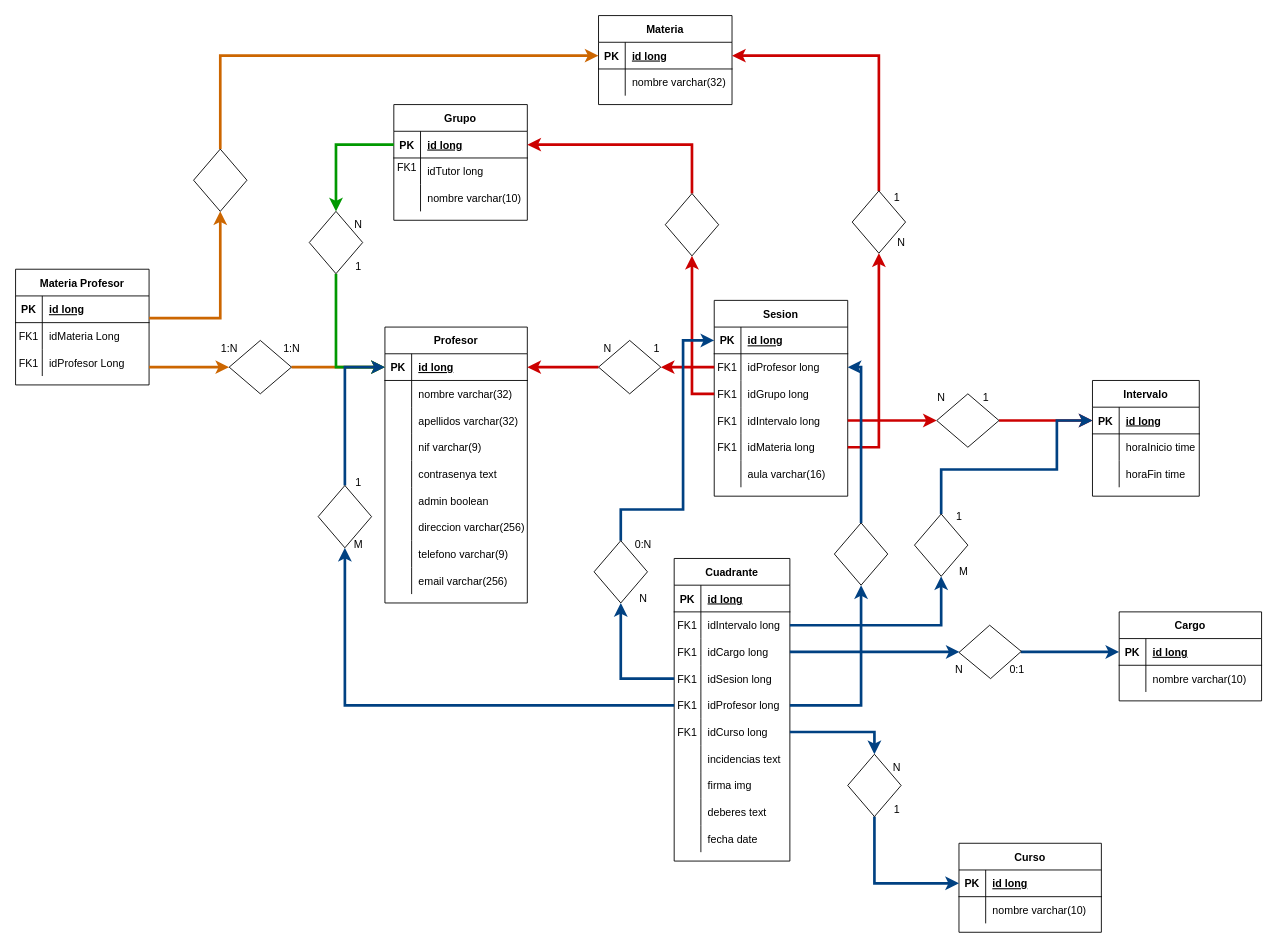
Before: bbdd.drawio in daviddoichita/ProyectoDAW-DavidD-Cesar-Carlos, a draw.io diagram. Source tidied: cells renumbered, new cells numbered last; positions are measured from the earlier drawing's top-left corner, leaving out a move shared by most shapes. Both pictures are drawn from the tidied source at 89%, with x=0, y=0 at pixel (15, 15).
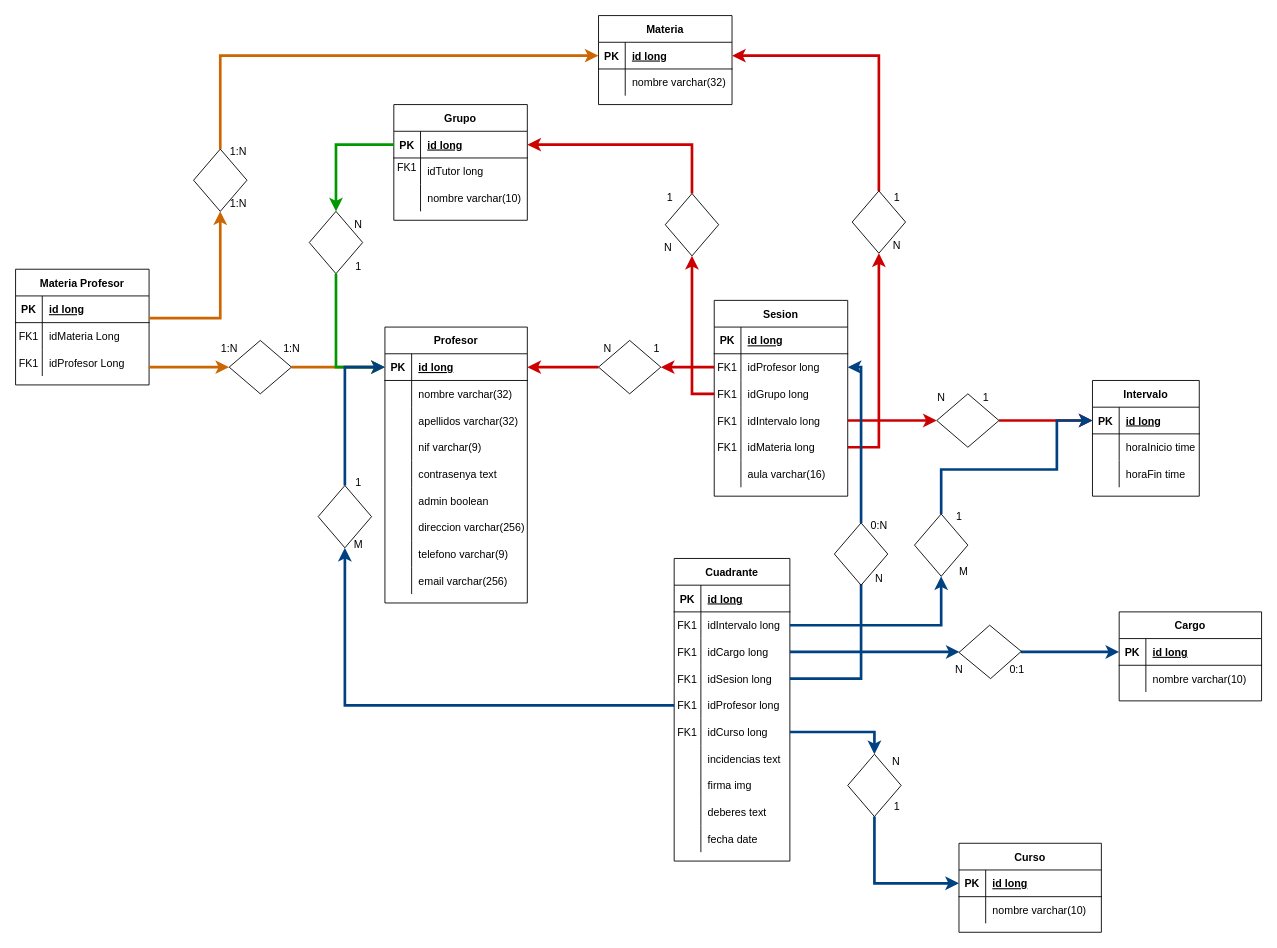
Above is the later version.

Commit message:
terminar diagrama

Unchanged cells that the change refers to:
```xml
<mxCell id="38" style="shape=partialRectangle;fillColor=none;points=[[0,0.5],[1,0.5]];portConstraint=eastwest;top=0;left=0;right=0;bottom=1;" parent="37" vertex="1">
  <mxGeometry y="30" width="150" height="30" as="geometry" />
</mxCell>
<mxCell id="86" style="shape=partialRectangle;fillColor=none;points=[[0,0.5],[1,0.5]];portConstraint=eastwest;top=0;left=0;right=0;bottom=0;" parent="76" vertex="1">
  <mxGeometry y="120" width="130" height="30" as="geometry" />
</mxCell>
<mxCell id="89" style="shape=partialRectangle;fillColor=none;points=[[0,0.5],[1,0.5]];portConstraint=eastwest;top=0;left=0;right=0;bottom=0;" parent="76" vertex="1">
  <mxGeometry y="150" width="130" height="30" as="geometry" />
</mxCell>
<mxCell id="180" style="shape=rhombus;perimeter=rhombusPerimeter;whiteSpace=wrap;html=1;align=center;direction=south;fontColor=default;labelBackgroundColor=none;fillStyle=solid;fillColor=default;gradientColor=none;gradientDirection=east;" parent="1" vertex="1">
  <mxGeometry x="920" y="570" width="60" height="70" as="geometry" />
</mxCell>
```

Diff of the diagram source:
```diff
@@
-    <mxCell id="111" value="N" style="text;html=1;align=center;verticalAlign=middle;strokeColor=none;fillColor=none;" parent="1" vertex="1">
-      <mxGeometry x="690" y="640" width="30" height="30" as="geometry" />
-    </mxCell>
-    <mxCell id="112" value="0:N" style="text;html=1;align=center;verticalAlign=middle;strokeColor=none;fillColor=none;" parent="1" vertex="1">
-      <mxGeometry x="685" y="580" width="40" height="30" as="geometry" />
-    </mxCell>
@@
     <mxCell id="128" value="N" style="text;html=1;align=center;verticalAlign=middle;strokeColor=none;fillColor=none;" parent="1" vertex="1">
-      <mxGeometry x="975" y="830" width="30" height="30" as="geometry" />
+      <mxGeometry x="974" y="824" width="30" height="30" as="geometry" />
     </mxCell>
     <mxCell id="129" value="1" style="text;html=1;align=center;verticalAlign=middle;strokeColor=none;fillColor=none;" parent="1" vertex="1">
-      <mxGeometry x="975" y="877" width="30" height="30" as="geometry" />
+      <mxGeometry x="975" y="874" width="30" height="30" as="geometry" />
     </mxCell>
@@
     <mxCell id="138" value="N" style="text;html=1;align=center;verticalAlign=middle;strokeColor=none;fillColor=none;" parent="1" vertex="1">
-      <mxGeometry x="980" y="240" width="30" height="30" as="geometry" />
+      <mxGeometry x="975" y="244" width="30" height="30" as="geometry" />
     </mxCell>
@@
-    <mxCell id="179" style="endArrow=classic;html=1;rounded=0;edgeStyle=orthogonalEdgeStyle;strokeColor=#004182;strokeWidth=3;" parent="1" edge="1" source="89" target="180">
+    <mxCell id="179" style="endArrow=classic;html=1;rounded=0;edgeStyle=orthogonalEdgeStyle;strokeColor=#004182;strokeWidth=3;" parent="1" edge="1">
       <mxGeometry relative="1" as="geometry">
+        <mxPoint x="870" y="745" as="sourcePoint" />
+        <mxPoint x="950" y="609.9" as="targetPoint" />
         <Array as="points">
-          <mxPoint x="950" y="775" />
+          <mxPoint x="950" y="745" />
         </Array>
       </mxGeometry>
     </mxCell>
@@
-    <mxCell id="191" style="endArrow=classic;html=1;rounded=0;edgeStyle=orthogonalEdgeStyle;strokeColor=#004182;strokeWidth=3;" parent="1" edge="1" source="193" target="38">
-      <mxGeometry relative="1" as="geometry">
-        <Array as="points">
-          <mxPoint x="680" y="555" />
-          <mxPoint x="750" y="555" />
-          <mxPoint x="750" y="365" />
-        </Array>
-      </mxGeometry>
-    </mxCell>
-    <mxCell id="192" style="endArrow=classic;html=1;rounded=0;edgeStyle=orthogonalEdgeStyle;strokeColor=#004182;strokeWidth=3;" parent="1" edge="1" source="86" target="193">
-      <mxGeometry relative="1" as="geometry">
-        <Array as="points">
-          <mxPoint x="680" y="745" />
-        </Array>
-      </mxGeometry>
-    </mxCell>
-    <mxCell id="193" style="shape=rhombus;perimeter=rhombusPerimeter;whiteSpace=wrap;html=1;align=center;direction=south;fontColor=default;labelBackgroundColor=none;fillStyle=solid;fillColor=default;gradientColor=none;gradientDirection=east;" parent="1" vertex="1">
-      <mxGeometry x="650" y="590" width="60" height="70" as="geometry" />
-    </mxCell>
+    <mxCell id="194" value="1:N" style="text;html=1;align=center;verticalAlign=middle;strokeColor=none;fillColor=none;" parent="1" vertex="1">
+      <mxGeometry x="230" y="138" width="40" height="30" as="geometry" />
+    </mxCell>
+    <mxCell id="195" value="&lt;div&gt;1:N&lt;/div&gt;" style="text;html=1;align=center;verticalAlign=middle;strokeColor=none;fillColor=none;" parent="1" vertex="1">
+      <mxGeometry x="230" y="197" width="40" height="30" as="geometry" />
+    </mxCell>
+    <mxCell id="196" value="1" style="text;html=1;align=center;verticalAlign=middle;strokeColor=none;fillColor=none;" parent="1" vertex="1">
+      <mxGeometry x="720" y="190" width="30" height="30" as="geometry" />
+    </mxCell>
+    <mxCell id="197" value="N" style="text;html=1;align=center;verticalAlign=middle;strokeColor=none;fillColor=none;" parent="1" vertex="1">
+      <mxGeometry x="718" y="246" width="30" height="30" as="geometry" />
+    </mxCell>
+    <mxCell id="112" value="0:N" style="text;html=1;align=center;verticalAlign=middle;strokeColor=none;fillColor=none;" parent="1" vertex="1">
+      <mxGeometry x="950" y="558" width="40" height="30" as="geometry" />
+    </mxCell>
+    <mxCell id="198" value="N" style="text;html=1;align=center;verticalAlign=middle;strokeColor=none;fillColor=none;" parent="1" vertex="1">
+      <mxGeometry x="955" y="618" width="30" height="30" as="geometry" />
+    </mxCell>
```
